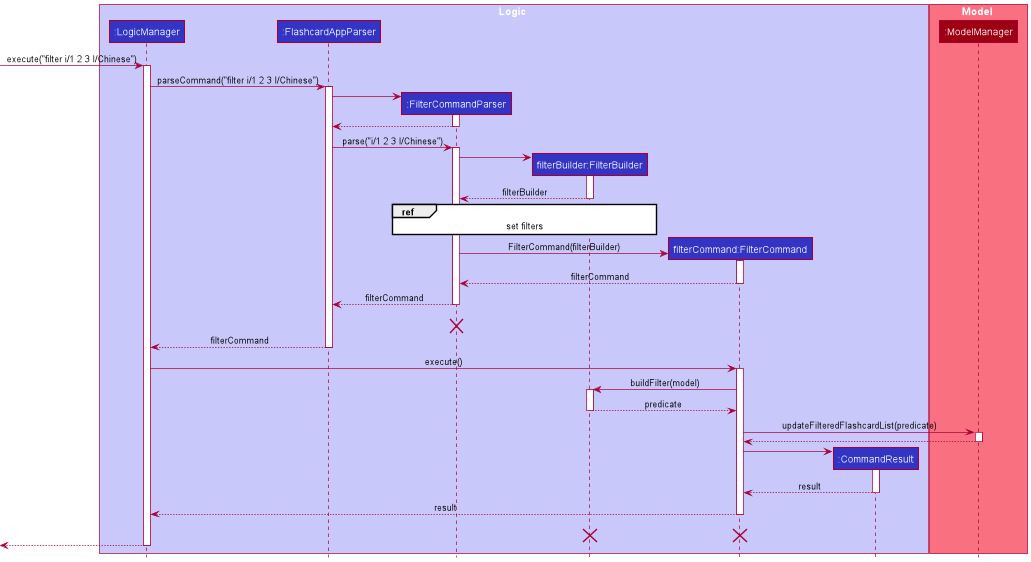
Earlier version of the PlantUML export docs/images/filterCommand/SetFilterReferenceSequenceDiagram.png (sharmainec/tp).
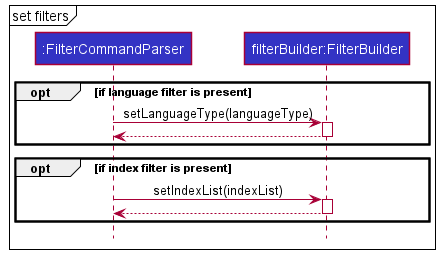
After the change.

What changed in the source:
```diff
@@ -1,94 +1,34 @@
 @startuml
 !include style.puml
 
-box Logic LOGIC_COLOR_T1
-participant ":LogicManager" as LogicManager LOGIC_COLOR
-participant ":FlashcardAppParser" as FlashcardAppParser LOGIC_COLOR
+
 participant ":FilterCommandParser" as FilterCommandParser LOGIC_COLOR
 participant "filterBuilder:FilterBuilder" as FilterBuilder LOGIC_COLOR
-participant "filterCommand:FilterCommand" as FilterCommand LOGIC_COLOR
-participant ":CommandResult" as CommandResult LOGIC_COLOR
-end box
 
-box Model MODEL_COLOR_T1
-participant ":ModelManager" as Model MODEL_COLOR
-end box
-[-> LogicManager : execute("filter i/1 2 3 l/Chinese")
-activate LogicManager
+mainframe set filters
 
-LogicManager -> FlashcardAppParser : parseCommand("filter i/1 2 3 l/Chinese")
-activate FlashcardAppParser
+opt if language filter is present
 
-create FilterCommandParser
-FlashcardAppParser -> FilterCommandParser
-activate FilterCommandParser
-
-FilterCommandParser --> FlashcardAppParser
-deactivate FilterCommandParser
-
-FlashcardAppParser -> FilterCommandParser: parse("i/1 2 3 l/Chinese")
-activate FilterCommandParser
-
-create FilterBuilder
-FilterCommandParser -> FilterBuilder
+FilterCommandParser -> FilterBuilder: setLanguageType(languageType)
 activate FilterBuilder
 
-FilterBuilder --> FilterCommandParser :filterBuilder
-deactivate FilterBuilder
-
-ref over FilterCommandParser, FilterBuilder
-    set filters
-end
-create FilterCommand
-FilterCommandParser -> FilterCommand : FilterCommand(filterBuilder)
-activate FilterCommand
-
-FilterCommand --> FilterCommandParser : filterCommand
-deactivate FilterCommand
-
-FilterCommandParser --> FlashcardAppParser: filterCommand
-deactivate FilterCommandParser
-
-
-FilterCommandParser -[hidden]-> FlashcardAppParser: filterCommand
-destroy FilterCommandParser
-
-
-
-FlashcardAppParser --> LogicManager : filterCommand
-deactivate FlashcardAppParser
-
-LogicManager -> FilterCommand : execute()
-activate FilterCommand
-
-FilterCommand -> FilterBuilder : buildFilter(model)
-activate FilterBuilder
-
-FilterBuilder --> FilterCommand : predicate
+FilterBuilder --> FilterCommandParser
 deactivate FilterBuilder
 
 
-FilterCommand -> Model : updateFilteredFlashcardList(predicate)
-activate Model
+end
 
-Model --> FilterCommand
-deactivate Model
 
-create CommandResult
-FilterCommand -> CommandResult
-activate CommandResult
+opt if index filter is present
 
-CommandResult --> FilterCommand : result
-deactivate CommandResult
+FilterCommandParser -> FilterBuilder: setIndexList(indexList)
+activate FilterBuilder
 
-FilterCommand --> LogicManager : result
-deactivate FilterCommand
+FilterBuilder --> FilterCommandParser
+deactivate FilterBuilder
 
-FilterCommand -[hidden]-> LogicManager : result
-destroy FilterCommand
 
-destroy FilterBuilder
+end
 
-[<--LogicManager
-deactivate LogicManager
+
 @enduml
```
